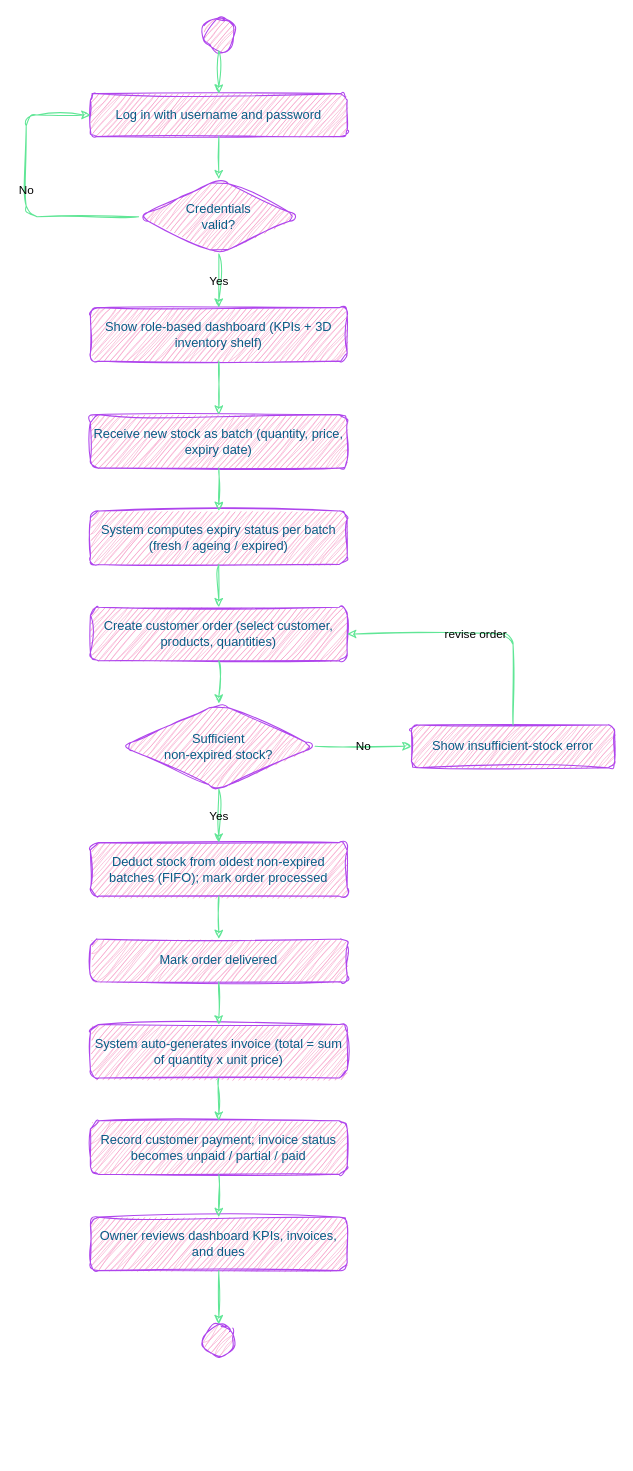
Above: page "Fig 3.7 Activity Diagram" (7 of 7) of diagrams/DairyDesk_Diagrams.drawio in TanmayKamble004/DairyDesk (draw.io), before the change. Source tidied: cells renumbered, new cells numbered last; positions are measured from the earlier drawing's top-left corner, leaving out a move shared by most shapes. Both pictures are drawn from the tidied source at 107%, with x=0, y=0 at pixel (26, 18).
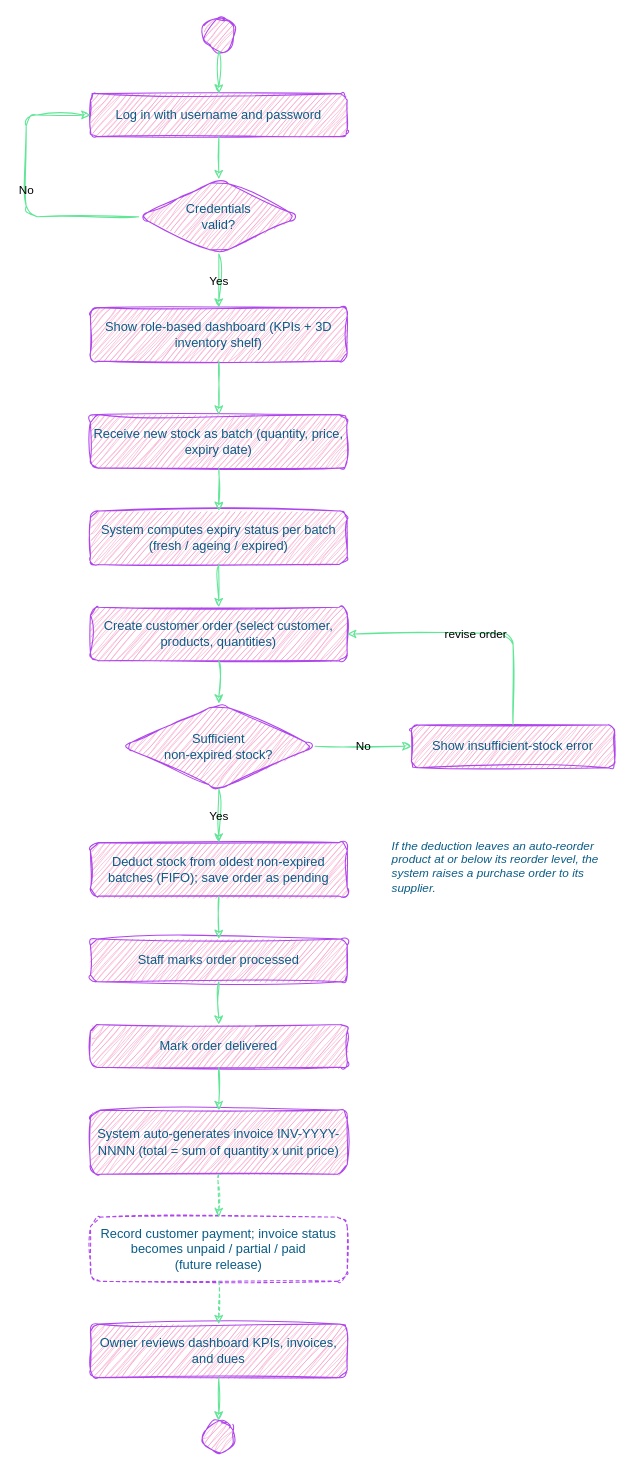
Above is the later version.

Diff of the diagram source:
```diff
@@
-    <mxCell id="11" value="Deduct stock from oldest non-expired batches (FIFO); mark order processed" style="rounded=1;whiteSpace=wrap;html=1;fillColor=#F694C1;strokeColor=#AF45ED;sketch=1;curveFitting=1;jiggle=2;labelBackgroundColor=none;fontColor=#095C86;" parent="1" vertex="1">
+    <mxCell id="11" value="Deduct stock from oldest non-expired batches (FIFO); save order as pending" style="rounded=1;whiteSpace=wrap;html=1;fillColor=#F694C1;strokeColor=#AF45ED;sketch=1;curveFitting=1;jiggle=2;labelBackgroundColor=none;fontColor=#095C86;" parent="1" vertex="1">
       <mxGeometry x="60" y="770" width="240" height="50" as="geometry" />
     </mxCell>
+    <mxCell id="33" value="If the deduction leaves an auto-reorder product at or below its reorder level, the system raises a purchase order to its supplier." style="text;html=1;whiteSpace=wrap;align=left;verticalAlign=top;fontSize=11;fontStyle=2;rounded=1;sketch=1;curveFitting=1;jiggle=2;labelBackgroundColor=none;fontColor=#095C86;" parent="1" vertex="1">
+      <mxGeometry x="340" y="760" width="210" height="80" as="geometry" />
+    </mxCell>
+    <mxCell id="34" value="Staff marks order processed" style="rounded=1;whiteSpace=wrap;html=1;fillColor=#F694C1;strokeColor=#AF45ED;sketch=1;curveFitting=1;jiggle=2;labelBackgroundColor=none;fontColor=#095C86;" parent="1" vertex="1">
+      <mxGeometry x="60" y="860" width="240" height="40" as="geometry" />
+    </mxCell>
     <mxCell id="12" value="Mark order delivered" style="rounded=1;whiteSpace=wrap;html=1;fillColor=#F694C1;strokeColor=#AF45ED;sketch=1;curveFitting=1;jiggle=2;labelBackgroundColor=none;fontColor=#095C86;" parent="1" vertex="1">
-      <mxGeometry x="60" y="860" width="240" height="40" as="geometry" />
+      <mxGeometry x="60" y="940" width="240" height="40" as="geometry" />
     </mxCell>
-    <mxCell id="13" value="System auto-generates invoice (total = sum of quantity x unit price)" style="rounded=1;whiteSpace=wrap;html=1;fillColor=#F694C1;strokeColor=#AF45ED;sketch=1;curveFitting=1;jiggle=2;labelBackgroundColor=none;fontColor=#095C86;" parent="1" vertex="1">
-      <mxGeometry x="60" y="940" width="240" height="50" as="geometry" />
+    <mxCell id="13" value="System auto-generates invoice INV-YYYY-NNNN (total = sum of quantity x unit price)" style="rounded=1;whiteSpace=wrap;html=1;fillColor=#F694C1;strokeColor=#AF45ED;sketch=1;curveFitting=1;jiggle=2;labelBackgroundColor=none;fontColor=#095C86;" parent="1" vertex="1">
+      <mxGeometry x="60" y="1020" width="240" height="60" as="geometry" />
     </mxCell>
-    <mxCell id="14" value="Record customer payment; invoice status becomes unpaid / partial / paid" style="rounded=1;whiteSpace=wrap;html=1;fillColor=#F694C1;strokeColor=#AF45ED;sketch=1;curveFitting=1;jiggle=2;labelBackgroundColor=none;fontColor=#095C86;" parent="1" vertex="1">
-      <mxGeometry x="60" y="1030" width="240" height="50" as="geometry" />
+    <mxCell id="14" value="Record customer payment; invoice status becomes unpaid / partial / paid&#10;(future release)" style="rounded=1;whiteSpace=wrap;html=1;fillColor=none;strokeColor=#AF45ED;dashed=1;sketch=1;curveFitting=1;jiggle=2;labelBackgroundColor=none;fontColor=#095C86;" parent="1" vertex="1">
+      <mxGeometry x="60" y="1120" width="240" height="60" as="geometry" />
     </mxCell>
     <mxCell id="15" value="Owner reviews dashboard KPIs, invoices, and dues" style="rounded=1;whiteSpace=wrap;html=1;fillColor=#F694C1;strokeColor=#AF45ED;sketch=1;curveFitting=1;jiggle=2;labelBackgroundColor=none;fontColor=#095C86;" parent="1" vertex="1">
-      <mxGeometry x="60" y="1120" width="240" height="50" as="geometry" />
+      <mxGeometry x="60" y="1220" width="240" height="50" as="geometry" />
     </mxCell>
     <mxCell id="16" style="ellipse;html=1;fillColor=#F694C1;strokeColor=#AF45ED;rounded=1;sketch=1;curveFitting=1;jiggle=2;labelBackgroundColor=none;fontColor=#095C86;" parent="1" vertex="1">
-      <mxGeometry x="165" y="1220" width="30" height="30" as="geometry" />
+      <mxGeometry x="165" y="1310" width="30" height="30" as="geometry" />
     </mxCell>
@@
-    <mxCell id="28" style="edgeStyle=orthogonalEdgeStyle;rounded=1;html=1;sketch=1;curveFitting=1;jiggle=2;labelBackgroundColor=none;strokeColor=#60E696;fontColor=default;" parent="1" edge="1" source="11" target="12">
+    <mxCell id="28" style="edgeStyle=orthogonalEdgeStyle;rounded=1;html=1;sketch=1;curveFitting=1;jiggle=2;labelBackgroundColor=none;strokeColor=#60E696;fontColor=default;" parent="1" edge="1" source="11" target="34">
       <mxGeometry relative="1" as="geometry" />
     </mxCell>
+    <mxCell id="35" style="edgeStyle=orthogonalEdgeStyle;rounded=1;html=1;sketch=1;curveFitting=1;jiggle=2;labelBackgroundColor=none;strokeColor=#60E696;fontColor=default;" parent="1" edge="1" source="34" target="12">
+      <mxGeometry relative="1" as="geometry" />
+    </mxCell>
@@
-    <mxCell id="30" style="edgeStyle=orthogonalEdgeStyle;rounded=1;html=1;sketch=1;curveFitting=1;jiggle=2;labelBackgroundColor=none;strokeColor=#60E696;fontColor=default;" parent="1" edge="1" source="13" target="14">
+    <mxCell id="30" style="edgeStyle=orthogonalEdgeStyle;rounded=1;html=1;dashed=1;sketch=1;curveFitting=1;jiggle=2;labelBackgroundColor=none;strokeColor=#60E696;fontColor=default;" parent="1" edge="1" source="13" target="14">
       <mxGeometry relative="1" as="geometry" />
     </mxCell>
-    <mxCell id="31" style="edgeStyle=orthogonalEdgeStyle;rounded=1;html=1;sketch=1;curveFitting=1;jiggle=2;labelBackgroundColor=none;strokeColor=#60E696;fontColor=default;" parent="1" edge="1" source="14" target="15">
+    <mxCell id="31" style="edgeStyle=orthogonalEdgeStyle;rounded=1;html=1;dashed=1;sketch=1;curveFitting=1;jiggle=2;labelBackgroundColor=none;strokeColor=#60E696;fontColor=default;" parent="1" edge="1" source="14" target="15">
       <mxGeometry relative="1" as="geometry" />
     </mxCell>
```
